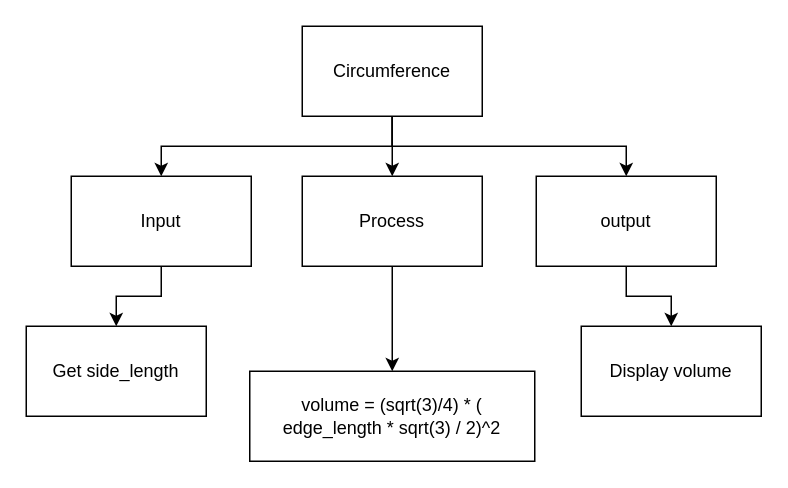
Before: page "Top Down" (1 of 2) of design.drawio in Samuel-Webster-178/Assignment-02-Python, a draw.io diagram. Source tidied: cells renumbered, new cells numbered last; positions are measured from the earlier drawing's top-left corner, leaving out a move shared by most shapes. Both pictures are drawn from the tidied source at 150%, with x=0, y=0 at pixel (26, 26).
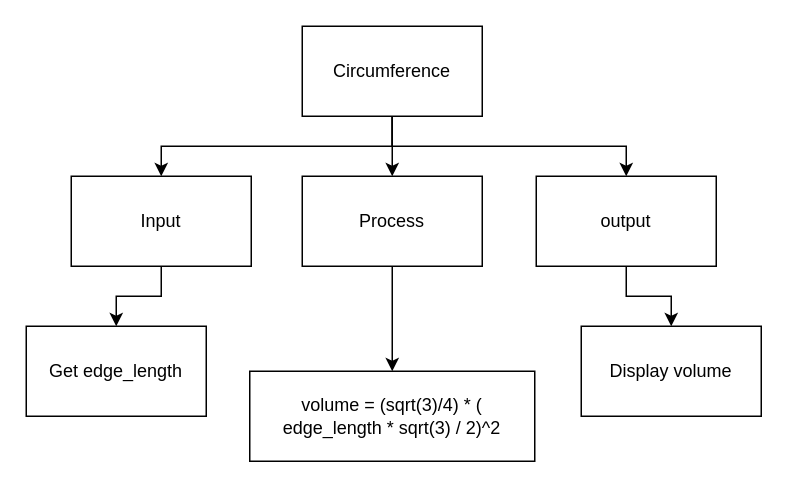
After the change.

The edit, as a diff of the source:
```diff
@@
 <mxGraphModel>
   <root>
     <mxCell id="0" />
     <mxCell id="1" parent="0" />
     <mxCell id="2" style="edgeStyle=none;html=1;" parent="1" edge="1" source="5" target="9">
       <mxGeometry relative="1" as="geometry" />
     </mxCell>
     <mxCell id="3" style="edgeStyle=orthogonalEdgeStyle;html=1;entryX=0.5;entryY=0;entryDx=0;entryDy=0;rounded=0;" parent="1" edge="1" source="5" target="7">
       <mxGeometry relative="1" as="geometry">
         <Array as="points">
           <mxPoint x="244" y="80" />
           <mxPoint x="90" y="80" />
         </Array>
       </mxGeometry>
     </mxCell>
     <mxCell id="4" style="edgeStyle=orthogonalEdgeStyle;html=1;entryX=0.5;entryY=0;entryDx=0;entryDy=0;rounded=0;" parent="1" edge="1" source="5" target="11">
       <mxGeometry relative="1" as="geometry">
         <Array as="points">
           <mxPoint x="244" y="80" />
           <mxPoint x="400" y="80" />
         </Array>
       </mxGeometry>
     </mxCell>
     <mxCell id="5" value="Circumference" style="rounded=0;whiteSpace=wrap;html=1;" parent="1" vertex="1">
       <mxGeometry x="184" width="120" height="60" as="geometry" />
     </mxCell>
     <mxCell id="6" style="edgeStyle=orthogonalEdgeStyle;rounded=0;html=1;" parent="1" edge="1" source="7" target="12">
       <mxGeometry relative="1" as="geometry" />
     </mxCell>
     <mxCell id="7" value="Input" style="rounded=0;whiteSpace=wrap;html=1;" parent="1" vertex="1">
       <mxGeometry x="30" y="100" width="120" height="60" as="geometry" />
     </mxCell>
     <mxCell id="8" style="edgeStyle=orthogonalEdgeStyle;rounded=0;html=1;" parent="1" edge="1" source="9" target="13">
       <mxGeometry relative="1" as="geometry" />
     </mxCell>
     <mxCell id="9" value="Process" style="rounded=0;whiteSpace=wrap;html=1;" parent="1" vertex="1">
       <mxGeometry x="184" y="100" width="120" height="60" as="geometry" />
     </mxCell>
     <mxCell id="10" style="edgeStyle=orthogonalEdgeStyle;rounded=0;html=1;" parent="1" edge="1" source="11" target="14">
       <mxGeometry relative="1" as="geometry" />
     </mxCell>
     <mxCell id="11" value="output" style="rounded=0;whiteSpace=wrap;html=1;" parent="1" vertex="1">
       <mxGeometry x="340" y="100" width="120" height="60" as="geometry" />
     </mxCell>
-    <mxCell id="12" value="Get side_length" style="rounded=0;whiteSpace=wrap;html=1;" parent="1" vertex="1">
+    <mxCell id="12" value="Get edge_length" style="rounded=0;whiteSpace=wrap;html=1;" parent="1" vertex="1">
       <mxGeometry y="200" width="120" height="60" as="geometry" />
     </mxCell>
     <mxCell id="13" value="volume =&amp;nbsp;(sqrt(3)/4) * ( edge_length * sqrt(3) / 2)^2" style="rounded=0;whiteSpace=wrap;html=1;" parent="1" vertex="1">
       <mxGeometry x="149" y="230" width="190" height="60" as="geometry" />
     </mxCell>
     <mxCell id="14" value="Display volume" style="rounded=0;whiteSpace=wrap;html=1;" parent="1" vertex="1">
       <mxGeometry x="370" y="200" width="120" height="60" as="geometry" />
     </mxCell>
   </root>
 </mxGraphModel>
```
